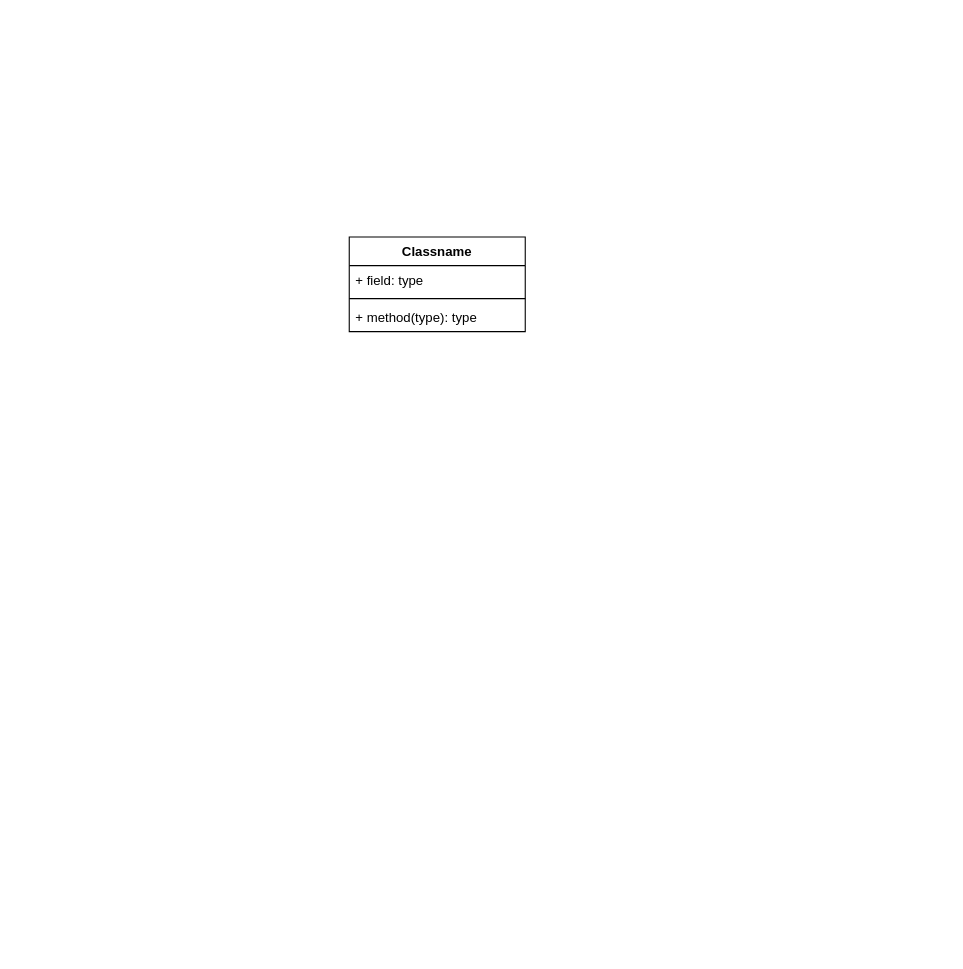
Above: Android App/Untitled Diagram.drawio in tamerlanchik/FoxCode (draw.io), before the change. Source tidied: cells renumbered, new cells numbered last; positions are measured from the earlier drawing's top-left corner, leaving out a move shared by most shapes. Both pictures are drawn from the tidied source at 110%, with x=0, y=0 at pixel (349, 237).
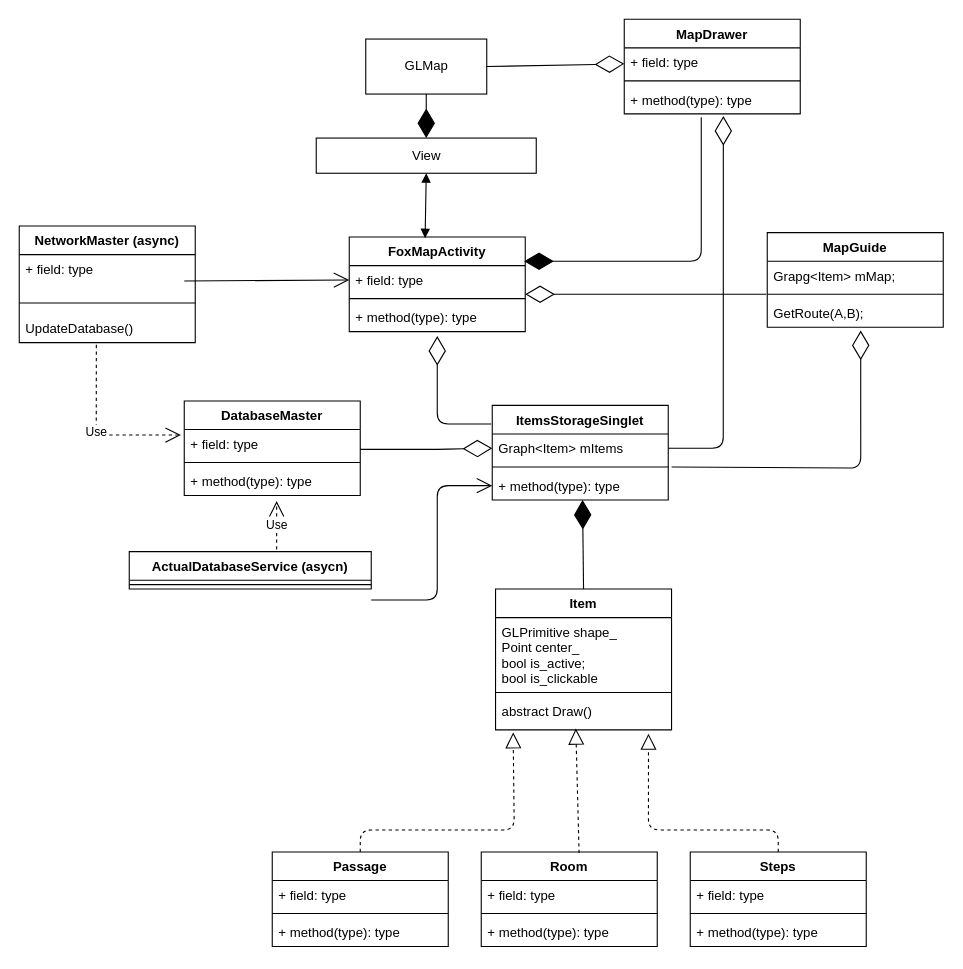
The same page after the edit.

Unchanged cells that the change refers to:
```xml
<mxCell id="3" value="+ field: type" style="text;strokeColor=none;fillColor=none;align=left;verticalAlign=top;spacingLeft=4;spacingRight=4;overflow=hidden;points=[[0,0.5],[1,0.5]];portConstraint=eastwest;" parent="2" vertex="1">
  <mxGeometry y="26" width="160" height="26" as="geometry" />
</mxCell>
<mxCell id="5" value="+ method(type): type" style="text;strokeColor=none;fillColor=none;align=left;verticalAlign=top;spacingLeft=4;spacingRight=4;overflow=hidden;points=[[0,0.5],[1,0.5]];portConstraint=eastwest;" parent="2" vertex="1">
  <mxGeometry y="60" width="160" height="26" as="geometry" />
</mxCell>
```

Change to the diagram source:
```diff
@@
-    <mxCell id="2" value="Classname" style="swimlane;fontStyle=1;align=center;verticalAlign=top;horizontal=1;startSize=26;" parent="1" vertex="1">
+    <mxCell id="2" value="FoxMapActivity" style="swimlane;fontStyle=1;align=center;verticalAlign=top;horizontal=1;startSize=26;" parent="1" vertex="1">
       <mxGeometry width="160" height="86" as="geometry" />
     </mxCell>
@@
+    <mxCell id="6" value="MapDrawer" style="swimlane;fontStyle=1;align=center;verticalAlign=top;horizontal=1;startSize=26;" parent="1" vertex="1">
+      <mxGeometry x="250" y="-198" width="160" height="86" as="geometry" />
+    </mxCell>
+    <mxCell id="7" value="+ field: type" style="text;strokeColor=none;fillColor=none;align=left;verticalAlign=top;spacingLeft=4;spacingRight=4;overflow=hidden;points=[[0,0.5],[1,0.5]];portConstraint=eastwest;" parent="6" vertex="1">
+      <mxGeometry y="26" width="160" height="26" as="geometry" />
+    </mxCell>
+    <mxCell id="8" style="line;strokeWidth=1;fillColor=none;align=left;verticalAlign=middle;spacingTop=-1;spacingLeft=3;spacingRight=3;labelPosition=right;" parent="6" vertex="1">
+      <mxGeometry y="52" width="160" height="8" as="geometry" />
+    </mxCell>
+    <mxCell id="9" value="+ method(type): type" style="text;strokeColor=none;fillColor=none;align=left;verticalAlign=top;spacingLeft=4;spacingRight=4;overflow=hidden;points=[[0,0.5],[1,0.5]];portConstraint=eastwest;" parent="6" vertex="1">
+      <mxGeometry y="60" width="160" height="26" as="geometry" />
+    </mxCell>
+    <mxCell id="10" style="endArrow=diamondThin;endFill=1;endSize=24;html=1;entryX=0.994;entryY=-0.154;entryDx=0;entryDy=0;entryPerimeter=0;" parent="1" edge="1" target="3">
+      <mxGeometry relative="1" as="geometry">
+        <mxPoint x="320" y="-109" as="sourcePoint" />
+        <Array as="points">
+          <mxPoint x="320" y="22" />
+        </Array>
+      </mxGeometry>
+    </mxCell>
+    <mxCell id="11" value="ItemsStorageSinglet&#10;&#10;" style="swimlane;fontStyle=1;align=center;verticalAlign=top;horizontal=1;startSize=26;" parent="1" vertex="1">
+      <mxGeometry x="130" y="153" width="160" height="86" as="geometry" />
+    </mxCell>
+    <mxCell id="12" value="Graph&lt;Item&gt; mItems&#10;&#10;" style="text;strokeColor=none;fillColor=none;align=left;verticalAlign=top;spacingLeft=4;spacingRight=4;overflow=hidden;points=[[0,0.5],[1,0.5]];portConstraint=eastwest;" parent="11" vertex="1">
+      <mxGeometry y="26" width="160" height="26" as="geometry" />
+    </mxCell>
+    <mxCell id="13" style="line;strokeWidth=1;fillColor=none;align=left;verticalAlign=middle;spacingTop=-1;spacingLeft=3;spacingRight=3;labelPosition=right;" parent="11" vertex="1">
+      <mxGeometry y="52" width="160" height="8" as="geometry" />
+    </mxCell>
+    <mxCell id="14" value="+ method(type): type" style="text;strokeColor=none;fillColor=none;align=left;verticalAlign=top;spacingLeft=4;spacingRight=4;overflow=hidden;points=[[0,0.5],[1,0.5]];portConstraint=eastwest;" parent="11" vertex="1">
+      <mxGeometry y="60" width="160" height="26" as="geometry" />
+    </mxCell>
+    <mxCell id="15" value="Item&#10;&#10;" style="swimlane;fontStyle=1;align=center;verticalAlign=top;horizontal=1;startSize=26;" parent="1" vertex="1">
+      <mxGeometry x="133" y="320" width="160" height="128" as="geometry" />
+    </mxCell>
+    <mxCell id="16" value="GLPrimitive shape_&#10;Point center_&#10;bool is_active;&#10;bool is_clickable" style="text;strokeColor=none;fillColor=none;align=left;verticalAlign=top;spacingLeft=4;spacingRight=4;overflow=hidden;" parent="15" vertex="1">
+      <mxGeometry y="26" width="160" height="64" as="geometry" />
+    </mxCell>
+    <mxCell id="17" style="line;strokeWidth=1;fillColor=none;align=left;verticalAlign=middle;spacingTop=-1;spacingLeft=3;spacingRight=3;labelPosition=right;" parent="15" vertex="1">
+      <mxGeometry y="90" width="160" height="8" as="geometry" />
+    </mxCell>
+    <mxCell id="18" value="abstract Draw()" style="text;strokeColor=none;fillColor=none;align=left;verticalAlign=top;spacingLeft=4;spacingRight=4;overflow=hidden;points=[[0,0.5],[1,0.5]];portConstraint=eastwest;" parent="15" vertex="1">
+      <mxGeometry y="98" width="160" height="30" as="geometry" />
+    </mxCell>
+    <mxCell id="19" style="endArrow=diamondThin;endFill=1;endSize=24;html=1;entryX=0.513;entryY=1;entryDx=0;entryDy=0;entryPerimeter=0;exitX=0.5;exitY=0;exitDx=0;exitDy=0;" parent="1" edge="1" source="15" target="14">
+      <mxGeometry relative="1" as="geometry" />
+    </mxCell>
+    <mxCell id="20" value="Passage" style="swimlane;fontStyle=1;align=center;verticalAlign=top;horizontal=1;startSize=26;" parent="1" vertex="1">
+      <mxGeometry x="-70" y="559" width="160" height="86" as="geometry" />
+    </mxCell>
+    <mxCell id="21" value="+ field: type" style="text;strokeColor=none;fillColor=none;align=left;verticalAlign=top;spacingLeft=4;spacingRight=4;overflow=hidden;" parent="20" vertex="1">
+      <mxGeometry y="26" width="160" height="26" as="geometry" />
+    </mxCell>
+    <mxCell id="22" style="line;strokeWidth=1;fillColor=none;align=left;verticalAlign=middle;spacingTop=-1;spacingLeft=3;spacingRight=3;labelPosition=right;" parent="20" vertex="1">
+      <mxGeometry y="52" width="160" height="8" as="geometry" />
+    </mxCell>
+    <mxCell id="23" value="+ method(type): type" style="text;strokeColor=none;fillColor=none;align=left;verticalAlign=top;spacingLeft=4;spacingRight=4;overflow=hidden;" parent="20" vertex="1">
+      <mxGeometry y="60" width="160" height="26" as="geometry" />
+    </mxCell>
+    <mxCell id="24" value="Room" style="swimlane;fontStyle=1;align=center;verticalAlign=top;horizontal=1;startSize=26;" parent="1" vertex="1">
+      <mxGeometry x="120" y="559" width="160" height="86" as="geometry" />
+    </mxCell>
+    <mxCell id="25" value="+ field: type" style="text;strokeColor=none;fillColor=none;align=left;verticalAlign=top;spacingLeft=4;spacingRight=4;overflow=hidden;" parent="24" vertex="1">
+      <mxGeometry y="26" width="160" height="26" as="geometry" />
+    </mxCell>
+    <mxCell id="26" style="line;strokeWidth=1;fillColor=none;align=left;verticalAlign=middle;spacingTop=-1;spacingLeft=3;spacingRight=3;labelPosition=right;" parent="24" vertex="1">
+      <mxGeometry y="52" width="160" height="8" as="geometry" />
+    </mxCell>
+    <mxCell id="27" value="+ method(type): type" style="text;strokeColor=none;fillColor=none;align=left;verticalAlign=top;spacingLeft=4;spacingRight=4;overflow=hidden;" parent="24" vertex="1">
+      <mxGeometry y="60" width="160" height="26" as="geometry" />
+    </mxCell>
+    <mxCell id="28" value="Steps&#10;&#10;" style="swimlane;fontStyle=1;align=center;verticalAlign=top;horizontal=1;startSize=26;" parent="1" vertex="1">
+      <mxGeometry x="310" y="559" width="160" height="86" as="geometry" />
+    </mxCell>
+    <mxCell id="29" value="+ field: type" style="text;strokeColor=none;fillColor=none;align=left;verticalAlign=top;spacingLeft=4;spacingRight=4;overflow=hidden;" parent="28" vertex="1">
+      <mxGeometry y="26" width="160" height="26" as="geometry" />
+    </mxCell>
+    <mxCell id="30" style="line;strokeWidth=1;fillColor=none;align=left;verticalAlign=middle;spacingTop=-1;spacingLeft=3;spacingRight=3;labelPosition=right;" parent="28" vertex="1">
+      <mxGeometry y="52" width="160" height="8" as="geometry" />
+    </mxCell>
+    <mxCell id="31" value="+ method(type): type" style="text;strokeColor=none;fillColor=none;align=left;verticalAlign=top;spacingLeft=4;spacingRight=4;overflow=hidden;" parent="28" vertex="1">
+      <mxGeometry y="60" width="160" height="26" as="geometry" />
+    </mxCell>
+    <mxCell id="32" style="endArrow=block;dashed=1;endFill=0;endSize=12;html=1;exitX=0.5;exitY=0;exitDx=0;exitDy=0;entryX=0.869;entryY=1.115;entryDx=0;entryDy=0;entryPerimeter=0;" parent="1" edge="1" source="28" target="18">
+      <mxGeometry relative="1" as="geometry">
+        <Array as="points">
+          <mxPoint x="390" y="539" />
+          <mxPoint x="272" y="539" />
+        </Array>
+      </mxGeometry>
+    </mxCell>
+    <mxCell id="33" style="endArrow=block;dashed=1;endFill=0;endSize=12;html=1;exitX=0.5;exitY=0;exitDx=0;exitDy=0;entryX=0.1;entryY=1.077;entryDx=0;entryDy=0;entryPerimeter=0;" parent="1" edge="1" source="20" target="18">
+      <mxGeometry relative="1" as="geometry">
+        <Array as="points">
+          <mxPoint x="10" y="539" />
+          <mxPoint x="150" y="539" />
+        </Array>
+      </mxGeometry>
+    </mxCell>
+    <mxCell id="34" style="endArrow=block;dashed=1;endFill=0;endSize=12;html=1;exitX=0.556;exitY=0.012;exitDx=0;exitDy=0;exitPerimeter=0;entryX=0.456;entryY=0.962;entryDx=0;entryDy=0;entryPerimeter=0;" parent="1" edge="1" source="24" target="18">
+      <mxGeometry relative="1" as="geometry" />
+    </mxCell>
+    <mxCell id="35" style="endArrow=diamondThin;endFill=0;endSize=24;html=1;entryX=0.5;entryY=1.154;entryDx=0;entryDy=0;entryPerimeter=0;" parent="1" edge="1" target="5">
+      <mxGeometry relative="1" as="geometry">
+        <mxPoint x="129" y="170" as="sourcePoint" />
+        <Array as="points">
+          <mxPoint x="80" y="170" />
+        </Array>
+      </mxGeometry>
+    </mxCell>
+    <mxCell id="36" value="ActualDatabaseService (asycn)" style="swimlane;fontStyle=1;align=center;verticalAlign=top;horizontal=1;startSize=26;" parent="1" vertex="1">
+      <mxGeometry x="-200" y="286" width="220" height="34" as="geometry" />
+    </mxCell>
+    <mxCell id="37" style="line;strokeWidth=1;fillColor=none;align=left;verticalAlign=middle;spacingTop=-1;spacingLeft=3;spacingRight=3;labelPosition=right;" parent="36" vertex="1">
+      <mxGeometry y="26" width="220" height="8" as="geometry" />
+    </mxCell>
+    <mxCell id="38" value="View&lt;br&gt;" style="html=1;" parent="1" vertex="1">
+      <mxGeometry x="-30" y="-90" width="200" height="32" as="geometry" />
+    </mxCell>
+    <mxCell id="39" style="endArrow=block;startArrow=block;endFill=1;startFill=1;html=1;exitX=0.5;exitY=1;exitDx=0;exitDy=0;entryX=0.431;entryY=0.012;entryDx=0;entryDy=0;entryPerimeter=0;" parent="1" edge="1" source="38" target="2">
+      <mxGeometry relative="1" as="geometry" />
+    </mxCell>
+    <mxCell id="40" style="endArrow=diamondThin;endFill=0;endSize=24;html=1;exitX=1;exitY=0.5;exitDx=0;exitDy=0;entryX=0.563;entryY=1.077;entryDx=0;entryDy=0;entryPerimeter=0;" parent="1" edge="1" source="12" target="9">
+      <mxGeometry relative="1" as="geometry">
+        <Array as="points">
+          <mxPoint x="340" y="192" />
+        </Array>
+      </mxGeometry>
+    </mxCell>
+    <mxCell id="41" value="NetworkMaster (async)&#10;" style="swimlane;fontStyle=1;align=center;verticalAlign=top;horizontal=1;startSize=26;" parent="1" vertex="1">
+      <mxGeometry x="-300" y="-10" width="160" height="106" as="geometry" />
+    </mxCell>
+    <mxCell id="42" value="+ field: type" style="text;strokeColor=none;fillColor=none;align=left;verticalAlign=top;spacingLeft=4;spacingRight=4;overflow=hidden;" parent="41" vertex="1">
+      <mxGeometry y="26" width="160" height="34" as="geometry" />
+    </mxCell>
+    <mxCell id="43" style="endArrow=open;endFill=1;endSize=12;html=1;entryX=0;entryY=0.5;entryDx=0;entryDy=0;" parent="41" edge="1" target="3">
+      <mxGeometry relative="1" as="geometry">
+        <mxPoint x="150" y="50" as="sourcePoint" />
+      </mxGeometry>
+    </mxCell>
+    <mxCell id="44" style="line;strokeWidth=1;fillColor=none;align=left;verticalAlign=middle;spacingTop=-1;spacingLeft=3;spacingRight=3;labelPosition=right;" parent="41" vertex="1">
+      <mxGeometry y="60" width="160" height="20" as="geometry" />
+    </mxCell>
+    <mxCell id="45" value="UpdateDatabase()" style="text;strokeColor=none;fillColor=none;align=left;verticalAlign=top;spacingLeft=4;spacingRight=4;overflow=hidden;points=[[0,0.5],[1,0.5]];portConstraint=eastwest;" parent="41" vertex="1">
+      <mxGeometry y="80" width="160" height="26" as="geometry" />
+    </mxCell>
+    <mxCell id="46" value="DatabaseMaster" style="swimlane;fontStyle=1;align=center;verticalAlign=top;horizontal=1;startSize=26;" parent="1" vertex="1">
+      <mxGeometry x="-150" y="149" width="160" height="86" as="geometry" />
+    </mxCell>
+    <mxCell id="47" style="endArrow=diamondThin;endFill=0;endSize=24;html=1;entryX=0;entryY=0.5;entryDx=0;entryDy=0;" parent="46" edge="1" target="12">
+      <mxGeometry relative="1" as="geometry">
+        <mxPoint x="160" y="44" as="sourcePoint" />
+        <Array as="points">
+          <mxPoint x="230" y="44" />
+        </Array>
+      </mxGeometry>
+    </mxCell>
+    <mxCell id="48" value="+ field: type" style="text;strokeColor=none;fillColor=none;align=left;verticalAlign=top;spacingLeft=4;spacingRight=4;overflow=hidden;points=[[0,0.5],[1,0.5]];portConstraint=eastwest;" parent="46" vertex="1">
+      <mxGeometry y="26" width="160" height="26" as="geometry" />
+    </mxCell>
+    <mxCell id="49" style="line;strokeWidth=1;fillColor=none;align=left;verticalAlign=middle;spacingTop=-1;spacingLeft=3;spacingRight=3;labelPosition=right;" parent="46" vertex="1">
+      <mxGeometry y="52" width="160" height="8" as="geometry" />
+    </mxCell>
+    <mxCell id="50" value="+ method(type): type" style="text;strokeColor=none;fillColor=none;align=left;verticalAlign=top;spacingLeft=4;spacingRight=4;overflow=hidden;points=[[0,0.5],[1,0.5]];portConstraint=eastwest;" parent="46" vertex="1">
+      <mxGeometry y="60" width="160" height="26" as="geometry" />
+    </mxCell>
+    <mxCell id="51" style="endArrow=open;endFill=1;endSize=12;html=1;entryX=0;entryY=0.5;entryDx=0;entryDy=0;" parent="1" edge="1" target="14">
+      <mxGeometry relative="1" as="geometry">
+        <mxPoint x="20" y="330" as="sourcePoint" />
+        <Array as="points">
+          <mxPoint x="80" y="330" />
+          <mxPoint x="80" y="226" />
+        </Array>
+      </mxGeometry>
+    </mxCell>
+    <mxCell id="52" value="Use" style="endArrow=open;endSize=12;dashed=1;html=1;entryX=0.525;entryY=1.192;entryDx=0;entryDy=0;entryPerimeter=0;" parent="1" edge="1" target="50">
+      <mxGeometry relative="1" as="geometry">
+        <mxPoint x="-66" y="284" as="sourcePoint" />
+      </mxGeometry>
+    </mxCell>
+    <mxCell id="53" value="Use" style="endArrow=open;endSize=12;dashed=1;html=1;entryX=-0.019;entryY=0.192;entryDx=0;entryDy=0;entryPerimeter=0;exitX=0.438;exitY=1.077;exitDx=0;exitDy=0;exitPerimeter=0;" parent="1" edge="1" source="45" target="48">
+      <mxGeometry relative="1" as="geometry">
+        <Array as="points">
+          <mxPoint x="-230" y="180" />
+        </Array>
+      </mxGeometry>
+    </mxCell>
+    <mxCell id="54" value="GLMap" style="html=1;" parent="1" vertex="1">
+      <mxGeometry x="15" y="-180" width="110" height="50" as="geometry" />
+    </mxCell>
+    <mxCell id="55" style="endArrow=diamondThin;endFill=1;endSize=24;html=1;entryX=0.5;entryY=0;entryDx=0;entryDy=0;exitX=0.5;exitY=1;exitDx=0;exitDy=0;" parent="1" edge="1" source="54" target="38">
+      <mxGeometry relative="1" as="geometry" />
+    </mxCell>
+    <mxCell id="56" style="endArrow=diamondThin;endFill=0;endSize=24;html=1;exitX=1;exitY=0.5;exitDx=0;exitDy=0;" parent="1" edge="1" source="54" target="7">
+      <mxGeometry relative="1" as="geometry" />
+    </mxCell>
+    <mxCell id="57" value="MapGuide" style="swimlane;fontStyle=1;align=center;verticalAlign=top;horizontal=1;startSize=26;" parent="1" vertex="1">
+      <mxGeometry x="380" y="-4" width="160" height="86" as="geometry" />
+    </mxCell>
+    <mxCell id="58" value="Grapg&lt;Item&gt; mMap;" style="text;strokeColor=none;fillColor=none;align=left;verticalAlign=top;spacingLeft=4;spacingRight=4;overflow=hidden;" parent="57" vertex="1">
+      <mxGeometry y="26" width="160" height="26" as="geometry" />
+    </mxCell>
+    <mxCell id="59" style="line;strokeWidth=1;fillColor=none;align=left;verticalAlign=middle;spacingTop=-1;spacingLeft=3;spacingRight=3;labelPosition=right;" parent="57" vertex="1">
+      <mxGeometry y="52" width="160" height="8" as="geometry" />
+    </mxCell>
+    <mxCell id="60" value="GetRoute(A,B);" style="text;strokeColor=none;fillColor=none;align=left;verticalAlign=top;spacingLeft=4;spacingRight=4;overflow=hidden;points=[[0,0.5],[1,0.5]];portConstraint=eastwest;" parent="57" vertex="1">
+      <mxGeometry y="60" width="160" height="26" as="geometry" />
+    </mxCell>
+    <mxCell id="61" style="endArrow=diamondThin;endFill=0;endSize=24;html=1;" parent="1" edge="1">
+      <mxGeometry relative="1" as="geometry">
+        <mxPoint x="379" y="52" as="sourcePoint" />
+        <mxPoint x="160" y="52" as="targetPoint" />
+      </mxGeometry>
+    </mxCell>
+    <mxCell id="62" style="endArrow=diamondThin;endFill=0;endSize=24;html=1;entryX=0.531;entryY=1.115;entryDx=0;entryDy=0;entryPerimeter=0;exitX=1.019;exitY=1.154;exitDx=0;exitDy=0;exitPerimeter=0;" parent="1" edge="1" source="12" target="60">
+      <mxGeometry relative="1" as="geometry">
+        <Array as="points">
+          <mxPoint x="465" y="210" />
+        </Array>
+      </mxGeometry>
+    </mxCell>
```
